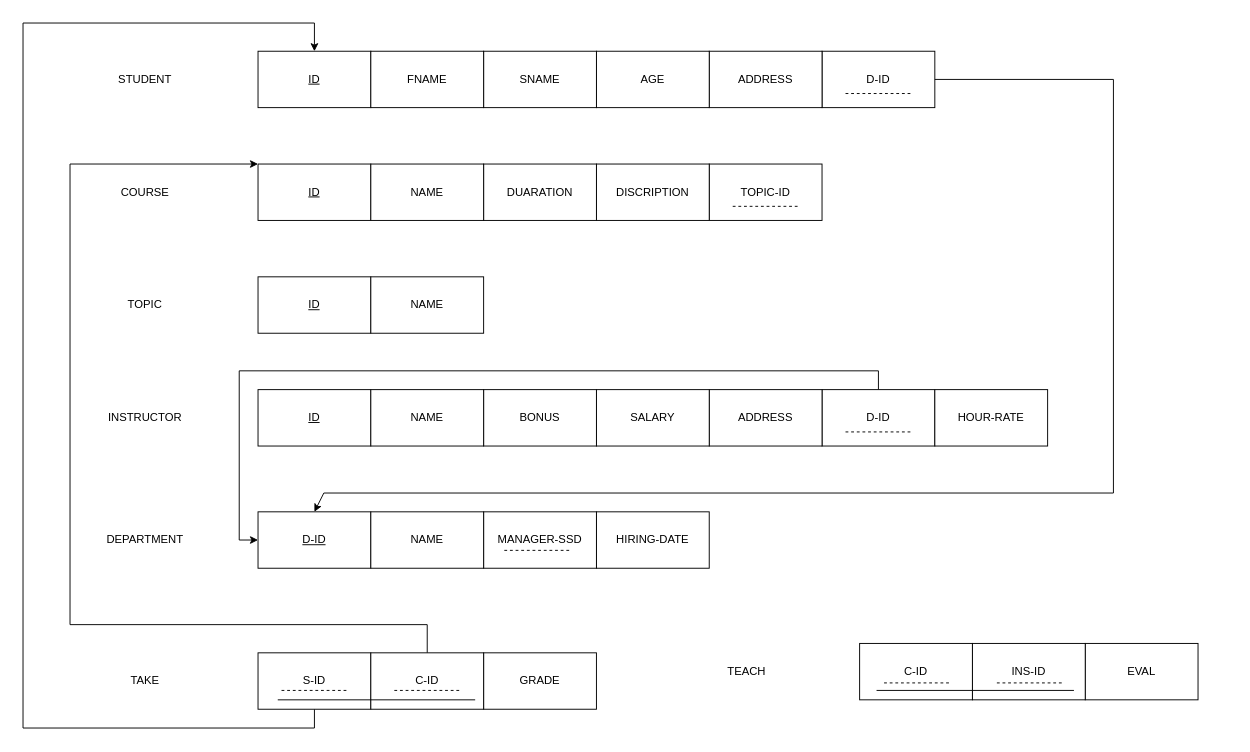
Before: t2.drawio in Mohannad-Elsayed/drawio, a draw.io diagram. Source tidied: cells renumbered, new cells numbered last; positions are measured from the earlier drawing's top-left corner, leaving out a move shared by most shapes. Both pictures are drawn from the tidied source at 94%, with x=0, y=0 at pixel (23, 23).
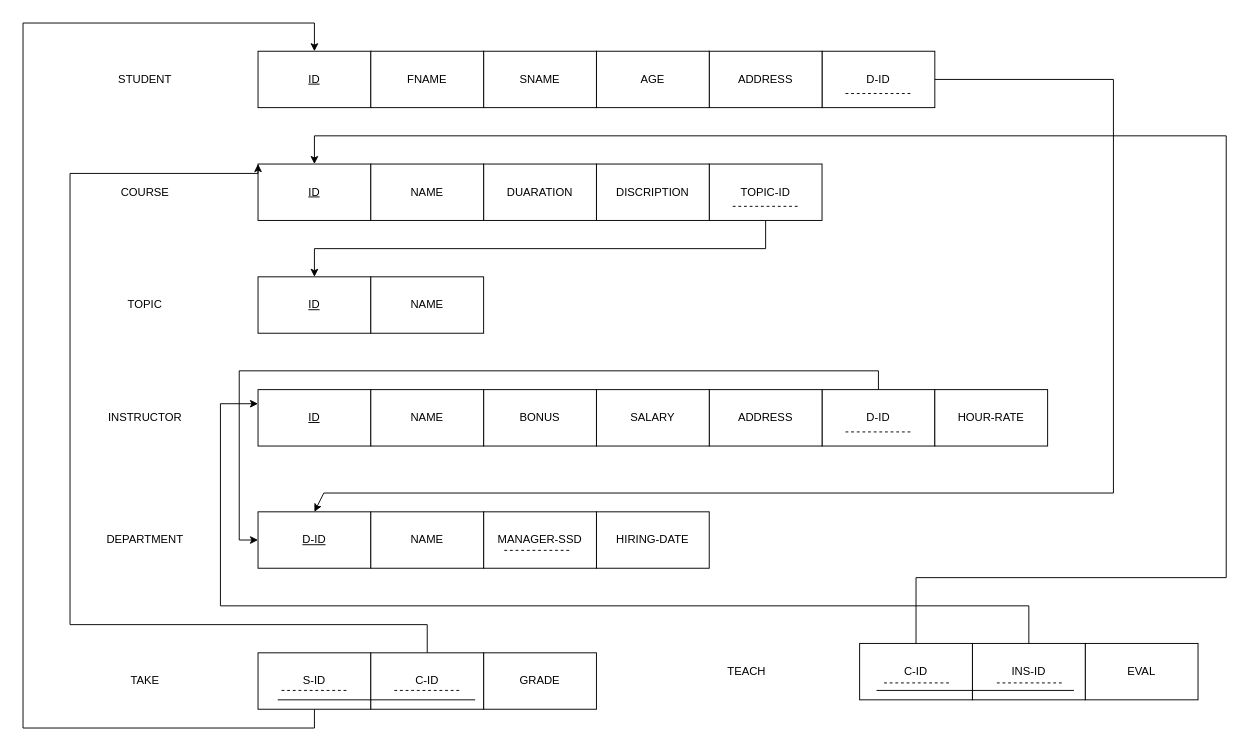
The same page after the edit.

The change refers to these unchanged cells:
```xml
<mxCell id="10" value="&lt;u&gt;ID&lt;/u&gt;" style="rounded=0;whiteSpace=wrap;html=1;" parent="1" vertex="1">
  <mxGeometry x="250" y="150" width="120" height="60" as="geometry" />
</mxCell>
<mxCell id="11" value="TOPIC-ID" style="rounded=0;whiteSpace=wrap;html=1;" parent="1" vertex="1">
  <mxGeometry x="730" y="150" width="120" height="60" as="geometry" />
</mxCell>
<mxCell id="17" value="&lt;u&gt;ID&lt;/u&gt;" style="rounded=0;whiteSpace=wrap;html=1;" parent="1" vertex="1">
  <mxGeometry x="250" y="270" width="120" height="60" as="geometry" />
</mxCell>
<mxCell id="20" value="&lt;u&gt;ID&lt;/u&gt;" style="rounded=0;whiteSpace=wrap;html=1;" parent="1" vertex="1">
  <mxGeometry x="250" y="390" width="120" height="60" as="geometry" />
</mxCell>
<mxCell id="40" value="C-ID" style="rounded=0;whiteSpace=wrap;html=1;" parent="1" vertex="1">
  <mxGeometry x="370" y="670" width="120" height="60" as="geometry" />
</mxCell>
<mxCell id="42" value="C-ID" style="rounded=0;whiteSpace=wrap;html=1;" parent="1" vertex="1">
  <mxGeometry x="890" y="660" width="120" height="60" as="geometry" />
</mxCell>
<mxCell id="44" value="INS-ID" style="rounded=0;whiteSpace=wrap;html=1;" parent="1" vertex="1">
  <mxGeometry x="1010" y="660" width="120" height="60" as="geometry" />
</mxCell>
```

What changed in the source:
```diff
@@
+    <mxCell id="53" style="edgeStyle=orthogonalEdgeStyle;rounded=0;jettySize=auto;html=1;" parent="1" edge="1" source="11" target="17">
+      <mxGeometry relative="1" as="geometry">
+        <Array as="points">
+          <mxPoint x="790" y="240" />
+          <mxPoint x="310" y="240" />
+        </Array>
+      </mxGeometry>
+    </mxCell>
@@
     <mxCell id="39" style="edgeStyle=orthogonalEdgeStyle;rounded=0;jettySize=auto;html=1;entryX=0;entryY=0;entryDx=0;entryDy=0;" parent="1" edge="1" source="40" target="10">
       <mxGeometry relative="1" as="geometry">
         <Array as="points">
           <mxPoint x="430" y="640" />
           <mxPoint x="50" y="640" />
-          <mxPoint x="50" y="150" />
+          <mxPoint x="50" y="160" />
+          <mxPoint x="250" y="160" />
         </Array>
       </mxGeometry>
     </mxCell>
@@
+    <mxCell id="54" style="edgeStyle=orthogonalEdgeStyle;rounded=0;jettySize=auto;html=1;entryX=0;entryY=0.25;entryDx=0;entryDy=0;exitX=0.5;exitY=0;exitDx=0;exitDy=0;" parent="1" edge="1" source="44" target="20">
+      <mxGeometry relative="1" as="geometry">
+        <Array as="points">
+          <mxPoint x="1070" y="620" />
+          <mxPoint x="210" y="620" />
+          <mxPoint x="210" y="405" />
+        </Array>
+      </mxGeometry>
+    </mxCell>
+    <mxCell id="55" style="edgeStyle=orthogonalEdgeStyle;rounded=0;jettySize=auto;html=1;" parent="1" edge="1" source="42" target="10">
+      <mxGeometry relative="1" as="geometry">
+        <Array as="points">
+          <mxPoint x="950" y="590" />
+          <mxPoint x="1280" y="590" />
+          <mxPoint x="1280" y="120" />
+          <mxPoint x="310" y="120" />
+        </Array>
+      </mxGeometry>
+    </mxCell>
```
